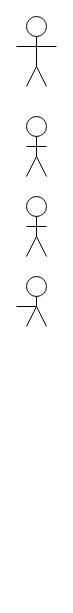
Before: Untitled Diagram.drawio in VinaiRamadhin/COMP2606A1, a draw.io diagram. Source tidied: cells renumbered, new cells numbered last; positions are measured from the earlier drawing's top-left corner, leaving out a move shared by most shapes. Both pictures are drawn from the tidied source at 100%, with x=0, y=0 at pixel (16, 16).
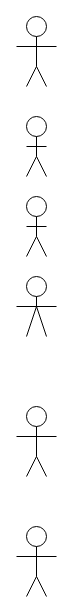
The same diagram, later.

Diff of the diagram source:
```diff
@@
     <mxCell id="22" style="endArrow=none;html=1;rounded=0;" parent="1" edge="1">
       <mxGeometry relative="1" as="geometry">
-        <mxPoint x="10" y="310" as="sourcePoint" />
+        <mxPoint x="10" y="320" as="sourcePoint" />
         <mxPoint x="20" y="290" as="targetPoint" />
       </mxGeometry>
     </mxCell>
     <mxCell id="23" style="endArrow=none;html=1;rounded=0;" parent="1" edge="1">
       <mxGeometry relative="1" as="geometry">
         <mxPoint x="20" y="290" as="sourcePoint" />
-        <mxPoint x="30" y="310" as="targetPoint" />
+        <mxPoint x="30" y="320" as="targetPoint" />
       </mxGeometry>
     </mxCell>
@@
+    <mxCell id="25" style="endArrow=none;html=1;rounded=0;" parent="1" edge="1">
+      <mxGeometry relative="1" as="geometry">
+        <mxPoint x="40" y="290" as="sourcePoint" />
+        <mxPoint x="20" y="290" as="targetPoint" />
+      </mxGeometry>
+    </mxCell>
+    <mxCell id="26" style="ellipse;whiteSpace=wrap;html=1;" parent="1" vertex="1">
+      <mxGeometry x="10" y="390" width="20" height="20" as="geometry" />
+    </mxCell>
+    <mxCell id="27" style="endArrow=none;html=1;rounded=0;" parent="1" edge="1">
+      <mxGeometry relative="1" as="geometry">
+        <mxPoint x="20" y="440" as="sourcePoint" />
+        <mxPoint x="20" y="410" as="targetPoint" />
+      </mxGeometry>
+    </mxCell>
+    <mxCell id="28" style="endArrow=none;html=1;rounded=0;" parent="1" edge="1">
+      <mxGeometry relative="1" as="geometry">
+        <mxPoint x="30" y="460" as="sourcePoint" />
+        <mxPoint x="20" y="440" as="targetPoint" />
+      </mxGeometry>
+    </mxCell>
+    <mxCell id="29" style="endArrow=none;html=1;rounded=0;" parent="1" edge="1">
+      <mxGeometry relative="1" as="geometry">
+        <mxPoint x="10" y="460" as="sourcePoint" />
+        <mxPoint x="20" y="440" as="targetPoint" />
+      </mxGeometry>
+    </mxCell>
+    <mxCell id="30" style="endArrow=none;html=1;rounded=0;" parent="1" edge="1">
+      <mxGeometry relative="1" as="geometry">
+        <mxPoint x="40" y="420" as="sourcePoint" />
+        <mxPoint x="20" y="420" as="targetPoint" />
+      </mxGeometry>
+    </mxCell>
+    <mxCell id="31" style="endArrow=none;html=1;rounded=0;" parent="1" edge="1">
+      <mxGeometry relative="1" as="geometry">
+        <mxPoint y="420" as="sourcePoint" />
+        <mxPoint x="20" y="420" as="targetPoint" />
+      </mxGeometry>
+    </mxCell>
+    <mxCell id="32" style="ellipse;whiteSpace=wrap;html=1;" parent="1" vertex="1">
+      <mxGeometry x="10" y="510" width="20" height="20" as="geometry" />
+    </mxCell>
+    <mxCell id="33" style="endArrow=none;html=1;rounded=0;entryX=0.5;entryY=1;entryDx=0;entryDy=0;" parent="1" edge="1" target="32">
+      <mxGeometry relative="1" as="geometry">
+        <mxPoint x="20" y="560" as="sourcePoint" />
+      </mxGeometry>
+    </mxCell>
+    <mxCell id="34" style="endArrow=none;html=1;rounded=0;" parent="1" edge="1">
+      <mxGeometry relative="1" as="geometry">
+        <mxPoint x="20" y="560" as="sourcePoint" />
+        <mxPoint x="30" y="580" as="targetPoint" />
+      </mxGeometry>
+    </mxCell>
+    <mxCell id="35" style="endArrow=none;html=1;rounded=0;" parent="1" edge="1">
+      <mxGeometry relative="1" as="geometry">
+        <mxPoint x="10" y="580" as="sourcePoint" />
+        <mxPoint x="20" y="560" as="targetPoint" />
+      </mxGeometry>
+    </mxCell>
+    <mxCell id="36" style="endArrow=none;html=1;rounded=0;" parent="1" edge="1">
+      <mxGeometry relative="1" as="geometry">
+        <mxPoint x="40" y="540" as="sourcePoint" />
+        <mxPoint x="20" y="540" as="targetPoint" />
+      </mxGeometry>
+    </mxCell>
+    <mxCell id="37" style="endArrow=none;html=1;rounded=0;" parent="1" edge="1">
+      <mxGeometry relative="1" as="geometry">
+        <mxPoint x="20" y="540" as="sourcePoint" />
+        <mxPoint y="540" as="targetPoint" />
+      </mxGeometry>
+    </mxCell>
```
